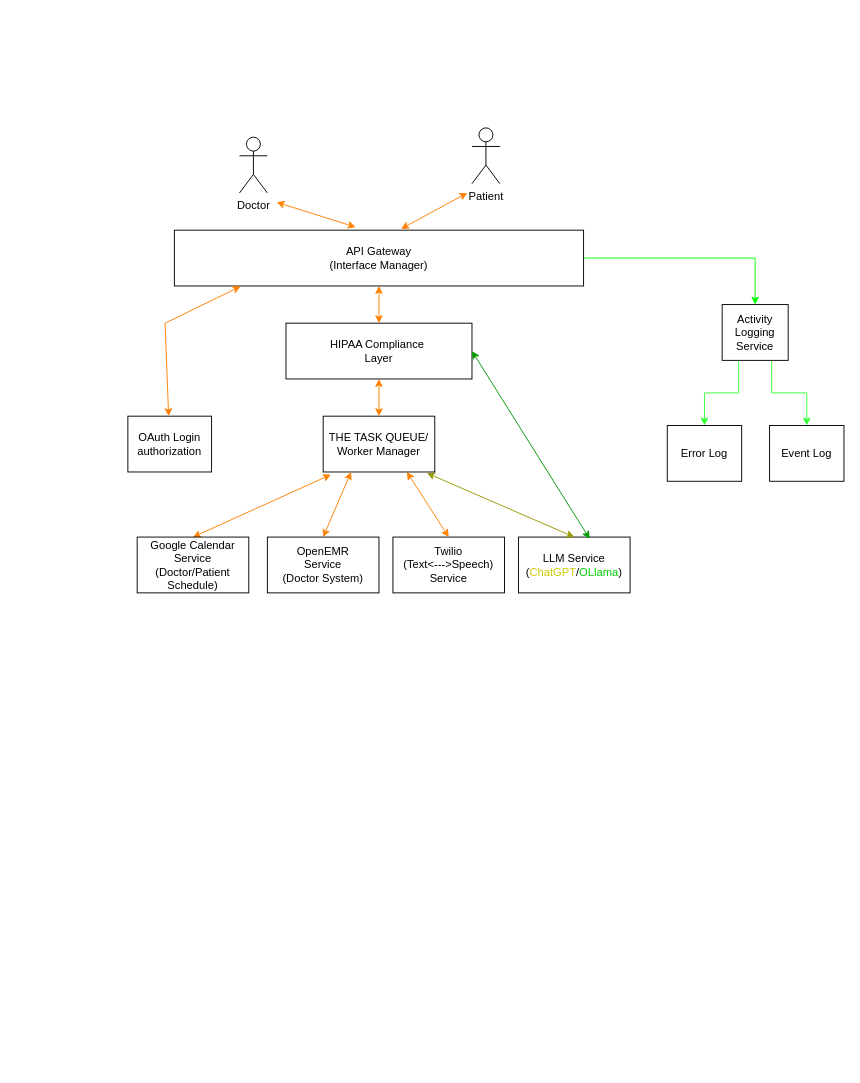
Above: HealthcareManagerArchitecture.drawio.xml in ColeMcGregor/HealthcareManager (draw.io), before the change. Source tidied: cells renumbered, new cells numbered last; positions are measured from the earlier drawing's top-left corner, leaving out a move shared by most shapes. Both pictures are drawn from the tidied source at 93%, with x=0, y=0 at pixel (127, 127).
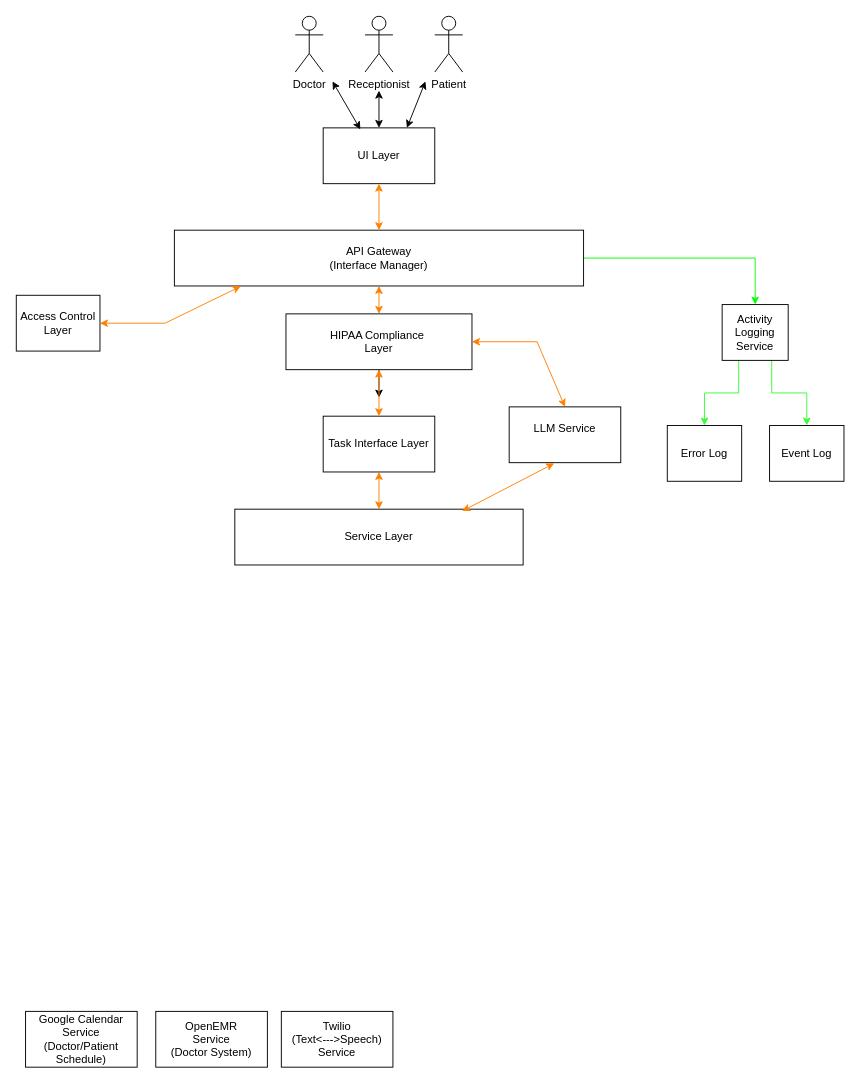
After the change.

The change refers to these unchanged cells:
```xml
<mxCell id="3" value="API Gateway&lt;div&gt;(Interface Manager)&lt;/div&gt;" style="rounded=0;whiteSpace=wrap;html=1;" parent="1" vertex="1">
  <mxGeometry x="50" y="110" width="440" height="60" as="geometry" />
</mxCell>
```

The edit, as a diff of the source:
```diff
@@
-    <mxCell id="4" value="OAuth Login authorization" style="rounded=0;whiteSpace=wrap;html=1;" parent="1" vertex="1">
-      <mxGeometry y="310" width="90" height="60" as="geometry" />
+    <mxCell id="4" value="Access Control Layer" style="rounded=0;whiteSpace=wrap;html=1;" parent="1" vertex="1">
+      <mxGeometry x="-120" y="180" width="90" height="60" as="geometry" />
     </mxCell>
@@
-    <mxCell id="7" style="endArrow=classic;startArrow=classic;html=1;rounded=0;entryX=0.07;entryY=1.047;entryDx=0;entryDy=0;strokeColor=#FF8000;entryPerimeter=0;exitX=0.5;exitY=0;exitDx=0;exitDy=0;" parent="1" edge="1" source="8" target="20">
-      <mxGeometry relative="1" as="geometry" />
-    </mxCell>
-    <mxCell id="8" value="Google Calendar&lt;div&gt;Service&lt;/div&gt;&lt;div&gt;(Doctor/Patient Schedule)&lt;/div&gt;" style="rounded=0;whiteSpace=wrap;html=1;" parent="1" vertex="1">
-      <mxGeometry x="10" y="440" width="120" height="60" as="geometry" />
-    </mxCell>
-    <mxCell id="9" value="OpenEMR&lt;div&gt;Service&lt;/div&gt;&lt;div&gt;(Doctor System)&lt;/div&gt;" style="rounded=0;whiteSpace=wrap;html=1;" parent="1" vertex="1">
-      <mxGeometry x="150" y="440" width="120" height="60" as="geometry" />
-    </mxCell>
-    <mxCell id="10" value="Twilio&lt;div&gt;(Text&amp;lt;---&amp;gt;Speech)&lt;/div&gt;&lt;div&gt;Service&lt;/div&gt;" style="rounded=0;whiteSpace=wrap;html=1;" parent="1" vertex="1">
-      <mxGeometry x="285" y="440" width="120" height="60" as="geometry" />
-    </mxCell>
-    <mxCell id="11" style="endArrow=classic;startArrow=classic;html=1;rounded=0;entryX=0.75;entryY=1;entryDx=0;entryDy=0;exitX=0.5;exitY=0;exitDx=0;exitDy=0;strokeColor=#FF8000;" parent="1" edge="1" source="10" target="20">
-      <mxGeometry relative="1" as="geometry" />
-    </mxCell>
-    <mxCell id="12" value="LLM Service&lt;div&gt;(&lt;font color=&quot;#cccc00&quot;&gt;ChatGPT&lt;/font&gt;/&lt;font color=&quot;#00cc00&quot;&gt;OLlama&lt;/font&gt;)&lt;/div&gt;" style="rounded=0;whiteSpace=wrap;html=1;" parent="1" vertex="1">
-      <mxGeometry x="420" y="440" width="120" height="60" as="geometry" />
+    <mxCell id="12" value="LLM Service&lt;div&gt;&lt;br&gt;&lt;/div&gt;" style="rounded=0;whiteSpace=wrap;html=1;" parent="1" vertex="1">
+      <mxGeometry x="410" y="300" width="120" height="60" as="geometry" />
     </mxCell>
-    <mxCell id="13" style="endArrow=classic;startArrow=classic;html=1;rounded=0;entryX=0.93;entryY=1.02;entryDx=0;entryDy=0;entryPerimeter=0;exitX=0.5;exitY=0;exitDx=0;exitDy=0;strokeColor=#999900;" parent="1" edge="1" source="12" target="20">
-      <mxGeometry relative="1" as="geometry" />
-    </mxCell>
-    <mxCell id="14" style="endArrow=classic;startArrow=classic;html=1;rounded=0;entryX=0.5;entryY=1;entryDx=0;entryDy=0;exitX=0.554;exitY=-0.024;exitDx=0;exitDy=0;exitPerimeter=0;strokeColor=#FF8000;" parent="1" edge="1" source="3">
-      <mxGeometry relative="1" as="geometry">
-        <mxPoint x="365" y="70" as="targetPoint" />
-      </mxGeometry>
-    </mxCell>
-    <mxCell id="15" style="endArrow=classic;startArrow=classic;html=1;rounded=0;exitX=0.443;exitY=-0.054;exitDx=0;exitDy=0;exitPerimeter=0;strokeColor=#FF8000;" parent="1" edge="1" source="3">
-      <mxGeometry relative="1" as="geometry">
-        <mxPoint x="160" y="80" as="targetPoint" />
-      </mxGeometry>
+    <mxCell id="15" style="endArrow=classic;startArrow=classic;html=1;rounded=0;exitX=0.5;exitY=0;exitDx=0;exitDy=0;strokeColor=#FF8000;entryX=0.5;entryY=1;entryDx=0;entryDy=0;" parent="1" edge="1" source="3" target="29">
+      <mxGeometry relative="1" as="geometry" />
     </mxCell>
@@
+    <mxCell id="28" style="edgeStyle=orthogonalEdgeStyle;rounded=0;jettySize=auto;html=1;" parent="1" edge="1" source="19">
+      <mxGeometry relative="1" as="geometry">
+        <mxPoint x="270" y="290" as="targetPoint" />
+      </mxGeometry>
+    </mxCell>
     <mxCell id="19" value="HIPAA Compliance&amp;nbsp;&lt;div&gt;Layer&lt;/div&gt;" style="rounded=0;whiteSpace=wrap;html=1;" parent="1" vertex="1">
-      <mxGeometry x="170" y="210" width="200" height="60" as="geometry" />
+      <mxGeometry x="170" y="200" width="200" height="60" as="geometry" />
     </mxCell>
-    <mxCell id="20" value="THE TASK QUEUE/&lt;div&gt;Worker Manager&lt;/div&gt;" style="rounded=0;whiteSpace=wrap;html=1;" parent="1" vertex="1">
+    <mxCell id="20" value="Task Interface Layer" style="rounded=0;whiteSpace=wrap;html=1;" parent="1" vertex="1">
       <mxGeometry x="210" y="310" width="120" height="60" as="geometry" />
     </mxCell>
-    <mxCell id="21" style="endArrow=classic;startArrow=classic;html=1;rounded=0;entryX=0.25;entryY=1;entryDx=0;entryDy=0;strokeColor=#FF8000;exitX=0.5;exitY=0;exitDx=0;exitDy=0;" parent="1" edge="1" source="9" target="20">
-      <mxGeometry relative="1" as="geometry" />
-    </mxCell>
@@
     <mxCell id="25" value="Doctor" style="shape=umlActor;verticalLabelPosition=bottom;verticalAlign=top;html=1;" parent="1" vertex="1">
-      <mxGeometry x="120" y="10" width="30" height="60" as="geometry" />
+      <mxGeometry x="180" y="-120" width="30" height="60" as="geometry" />
     </mxCell>
     <mxCell id="26" value="Patient" style="shape=umlActor;verticalLabelPosition=bottom;verticalAlign=top;html=1;" parent="1" vertex="1">
-      <mxGeometry x="370" width="30" height="60" as="geometry" />
+      <mxGeometry x="330" y="-120" width="30" height="60" as="geometry" />
     </mxCell>
-    <mxCell id="27" style="endArrow=classic;startArrow=classic;html=1;rounded=0;entryX=0.638;entryY=0.031;entryDx=0;entryDy=0;entryPerimeter=0;exitX=1;exitY=0.5;exitDx=0;exitDy=0;strokeColor=#009900;" parent="1" edge="1" source="19" target="12">
-      <mxGeometry relative="1" as="geometry" />
-    </mxCell>
+    <mxCell id="29" value="UI Layer" style="rounded=0;whiteSpace=wrap;html=1;" parent="1" vertex="1">
+      <mxGeometry x="210" width="120" height="60" as="geometry" />
+    </mxCell>
+    <mxCell id="30" value="Receptionist" style="shape=umlActor;verticalLabelPosition=bottom;verticalAlign=top;html=1;" parent="1" vertex="1">
+      <mxGeometry x="255" y="-120" width="30" height="60" as="geometry" />
+    </mxCell>
+    <mxCell id="31" style="endArrow=classic;startArrow=classic;html=1;rounded=0;exitX=0.333;exitY=0.027;exitDx=0;exitDy=0;exitPerimeter=0;" parent="1" edge="1" source="29">
+      <mxGeometry relative="1" as="geometry">
+        <mxPoint x="220" y="-50" as="targetPoint" />
+      </mxGeometry>
+    </mxCell>
+    <mxCell id="32" style="endArrow=classic;startArrow=classic;html=1;rounded=0;exitX=0.75;exitY=0;exitDx=0;exitDy=0;" parent="1" edge="1" source="29">
+      <mxGeometry relative="1" as="geometry">
+        <mxPoint x="320" y="-50" as="targetPoint" />
+      </mxGeometry>
+    </mxCell>
+    <mxCell id="33" style="endArrow=classic;startArrow=classic;html=1;rounded=0;exitX=0.5;exitY=0;exitDx=0;exitDy=0;" parent="1" edge="1" source="29">
+      <mxGeometry relative="1" as="geometry">
+        <mxPoint x="270" y="-40" as="targetPoint" />
+      </mxGeometry>
+    </mxCell>
+    <mxCell id="8" value="Google Calendar&lt;div&gt;Service&lt;/div&gt;&lt;div&gt;(Doctor/Patient Schedule)&lt;/div&gt;" style="rounded=0;whiteSpace=wrap;html=1;" parent="1" vertex="1">
+      <mxGeometry x="-110" y="950" width="120" height="60" as="geometry" />
+    </mxCell>
+    <mxCell id="9" value="OpenEMR&lt;div&gt;Service&lt;/div&gt;&lt;div&gt;(Doctor System)&lt;/div&gt;" style="rounded=0;whiteSpace=wrap;html=1;" parent="1" vertex="1">
+      <mxGeometry x="30" y="950" width="120" height="60" as="geometry" />
+    </mxCell>
+    <mxCell id="10" value="Twilio&lt;div&gt;(Text&amp;lt;---&amp;gt;Speech)&lt;/div&gt;&lt;div&gt;Service&lt;/div&gt;" style="rounded=0;whiteSpace=wrap;html=1;" parent="1" vertex="1">
+      <mxGeometry x="165" y="950" width="120" height="60" as="geometry" />
+    </mxCell>
+    <mxCell id="34" value="Service Layer" style="rounded=0;whiteSpace=wrap;html=1;" parent="1" vertex="1">
+      <mxGeometry x="115" y="410" width="310" height="60" as="geometry" />
+    </mxCell>
+    <mxCell id="35" style="endArrow=classic;startArrow=classic;html=1;rounded=0;entryX=0.5;entryY=1;entryDx=0;entryDy=0;strokeColor=#FF8000;exitX=0.5;exitY=0;exitDx=0;exitDy=0;" parent="1" edge="1" source="34" target="20">
+      <mxGeometry relative="1" as="geometry" />
+    </mxCell>
+    <mxCell id="36" style="endArrow=classic;startArrow=classic;html=1;rounded=0;entryX=0.403;entryY=1.013;entryDx=0;entryDy=0;strokeColor=#FF8000;exitX=0.789;exitY=0.033;exitDx=0;exitDy=0;exitPerimeter=0;entryPerimeter=0;" parent="1" edge="1" source="34" target="12">
+      <mxGeometry relative="1" as="geometry" />
+    </mxCell>
+    <mxCell id="37" style="endArrow=classic;startArrow=classic;html=1;rounded=0;entryX=1;entryY=0.5;entryDx=0;entryDy=0;strokeColor=#FF8000;exitX=0.5;exitY=0;exitDx=0;exitDy=0;" parent="1" edge="1" source="12" target="19">
+      <mxGeometry relative="1" as="geometry">
+        <Array as="points">
+          <mxPoint x="440" y="230" />
+        </Array>
+      </mxGeometry>
+    </mxCell>
```
